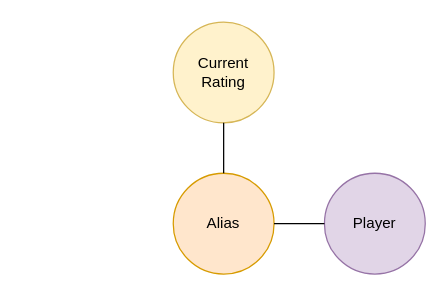
The draw.io diagram page "High Level Model" (1 of 5) of documentation/database/logical-model.drawio in Techmate-Chess/BoardBuddy, before the edit. Source tidied: cells renumbered, new cells numbered last; positions are measured from the earlier drawing's top-left corner, leaving out a move shared by most shapes. Both pictures are drawn from the tidied source at 126%, with x=0, y=0 at pixel (173, 21).
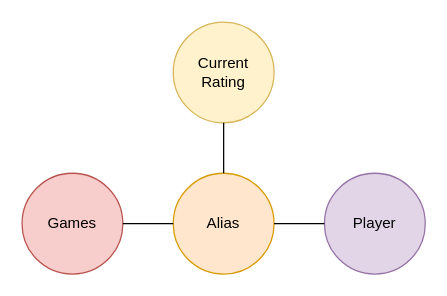
The same diagram, later.

Diff of the diagram source:
```diff
@@
 <mxGraphModel>
   <root>
     <mxCell id="0" />
     <mxCell id="1" parent="0" />
     <mxCell id="2" value="Alias" style="ellipse;whiteSpace=wrap;html=1;labelBorderColor=none;fillColor=#ffe6cc;strokeColor=#d79b00;" parent="1" vertex="1">
       <mxGeometry y="120" width="80" height="80" as="geometry" />
     </mxCell>
     <mxCell id="3" value="Player" style="ellipse;whiteSpace=wrap;html=1;labelBorderColor=none;fillColor=#e1d5e7;strokeColor=#9673a6;" parent="1" vertex="1">
       <mxGeometry x="120" y="120" width="80" height="80" as="geometry" />
     </mxCell>
     <mxCell id="4" style="endArrow=none;html=1;rounded=0;exitX=1;exitY=0.5;exitDx=0;exitDy=0;entryX=0;entryY=0.5;entryDx=0;entryDy=0;" parent="1" edge="1" source="2" target="3">
       <mxGeometry relative="1" as="geometry" />
     </mxCell>
     <mxCell id="5" value="Current Rating" style="ellipse;whiteSpace=wrap;html=1;fillColor=#fff2cc;strokeColor=#d6b656;" parent="1" vertex="1">
       <mxGeometry width="80" height="80" as="geometry" />
     </mxCell>
     <mxCell id="6" style="endArrow=none;html=1;rounded=0;exitX=0.5;exitY=0;exitDx=0;exitDy=0;entryX=0.5;entryY=1;entryDx=0;entryDy=0;" parent="1" edge="1" source="2" target="5">
       <mxGeometry relative="1" as="geometry" />
     </mxCell>
+    <mxCell id="7" value="Games" style="ellipse;whiteSpace=wrap;html=1;fillColor=#f8cecc;strokeColor=#b85450;" parent="1" vertex="1">
+      <mxGeometry x="-120" y="120" width="80" height="80" as="geometry" />
+    </mxCell>
+    <mxCell id="8" style="endArrow=none;html=1;exitX=1;exitY=0.5;exitDx=0;exitDy=0;entryX=0;entryY=0.5;entryDx=0;entryDy=0;" parent="1" edge="1" source="7" target="2">
+      <mxGeometry relative="1" as="geometry" />
+    </mxCell>
   </root>
 </mxGraphModel>
```
